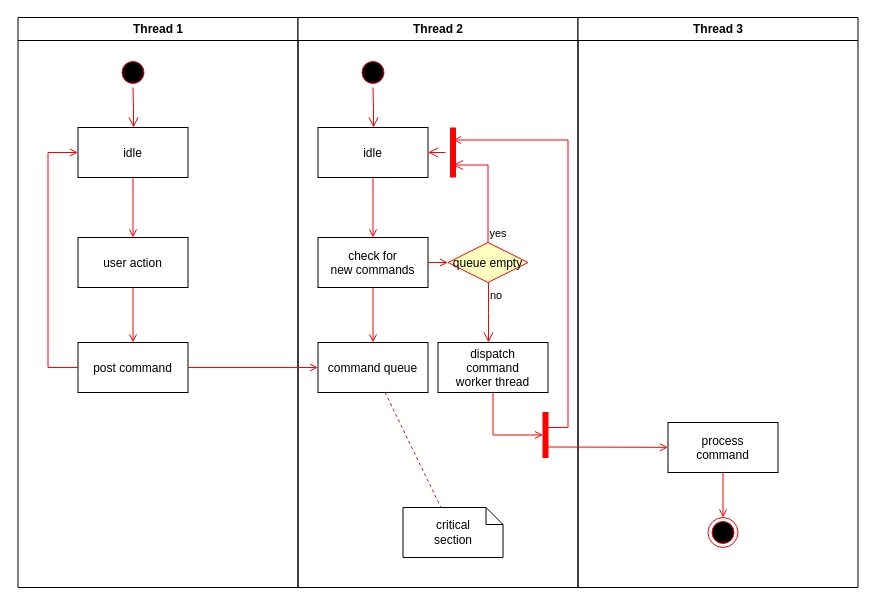
Above: src/Untitled Diagram.drawio in wardalbam/Iprwc-webshop-frontend (draw.io), before the change. Source tidied: cells renumbered, new cells numbered last; positions are measured from the earlier drawing's top-left corner, leaving out a move shared by most shapes. Both pictures are drawn from the tidied source at 100%, with x=0, y=0 at pixel (17, 17).
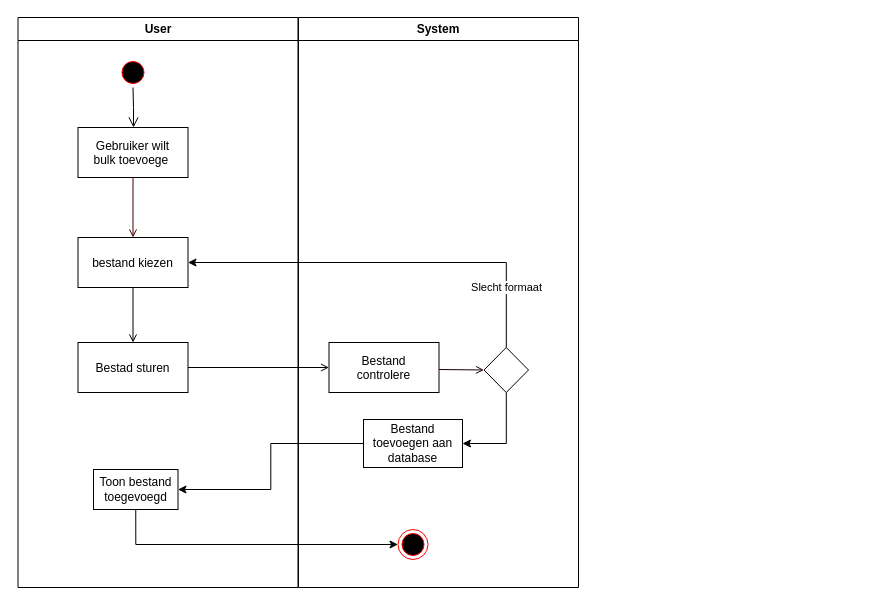
The same diagram, later.

The change refers to these unchanged cells:
```xml
<mxCell id="3" style="ellipse;shape=startState;fillColor=#000000;strokeColor=#ff0000;" parent="2" vertex="1">
  <mxGeometry x="100" y="40" width="30" height="30" as="geometry" />
</mxCell>
```

The edit, as a diff of the source:
```diff
@@
-    <mxCell id="2" value="Thread 1" style="swimlane;whiteSpace=wrap;" parent="1" vertex="1">
+    <mxCell id="2" value="User" style="swimlane;whiteSpace=wrap;" parent="1" vertex="1">
       <mxGeometry x="0.5" width="280" height="570" as="geometry" />
     </mxCell>
@@
-    <mxCell id="4" style="edgeStyle=elbowEdgeStyle;elbow=horizontal;verticalAlign=bottom;endArrow=open;endSize=8;strokeColor=#FF0000;endFill=1;rounded=0;" parent="2" edge="1" source="3" target="5">
+    <mxCell id="4" style="edgeStyle=elbowEdgeStyle;elbow=horizontal;verticalAlign=bottom;endArrow=open;endSize=8;strokeColor=#000000;endFill=1;rounded=0;" parent="2" edge="1" source="3" target="5">
       <mxGeometry x="100" y="40" as="geometry" />
     </mxCell>
-    <mxCell id="5" value="idle" parent="2" vertex="1">
+    <mxCell id="5" value="Gebruiker wilt &#10;bulk toevoege " parent="2" vertex="1">
       <mxGeometry x="60" y="110" width="110" height="50" as="geometry" />
     </mxCell>
-    <mxCell id="6" value="user action" parent="2" vertex="1">
+    <mxCell id="6" value="bestand kiezen" parent="2" vertex="1">
       <mxGeometry x="60" y="220" width="110" height="50" as="geometry" />
     </mxCell>
-    <mxCell id="7" style="endArrow=open;strokeColor=#FF0000;endFill=1;rounded=0;" parent="2" edge="1" source="5" target="6">
+    <mxCell id="7" style="endArrow=open;strokeColor=#400000;endFill=1;rounded=0;" parent="2" edge="1" source="5" target="6">
       <mxGeometry relative="1" as="geometry" />
     </mxCell>
-    <mxCell id="8" value="post command" parent="2" vertex="1">
+    <mxCell id="8" value="Bestad sturen" parent="2" vertex="1">
       <mxGeometry x="60" y="325" width="110" height="50" as="geometry" />
     </mxCell>
-    <mxCell id="9" style="endArrow=open;strokeColor=#FF0000;endFill=1;rounded=0;" parent="2" edge="1" source="6" target="8">
+    <mxCell id="9" style="endArrow=open;strokeColor=#000000;endFill=1;rounded=0;" parent="2" edge="1" source="6" target="8">
       <mxGeometry relative="1" as="geometry" />
     </mxCell>
-    <mxCell id="10" style="edgeStyle=elbowEdgeStyle;elbow=horizontal;strokeColor=#FF0000;endArrow=open;endFill=1;rounded=0;" parent="2" edge="1" source="8" target="5">
-      <mxGeometry relative="1" as="geometry">
-        <Array as="points">
-          <mxPoint x="30" y="250" />
-        </Array>
-      </mxGeometry>
-    </mxCell>
+    <mxCell id="37" value="Toon bestand toegevoegd" style="rounded=0;whiteSpace=wrap;html=1;" parent="2" vertex="1">
+      <mxGeometry x="75.5" y="452" width="84.5" height="40" as="geometry" />
+    </mxCell>
-    <mxCell id="11" value="Thread 2" style="swimlane;whiteSpace=wrap;" parent="1" vertex="1">
-      <mxGeometry x="280.5" width="280" height="570" as="geometry" />
+    <mxCell id="11" value="System" style="swimlane;whiteSpace=wrap;" parent="1" vertex="1">
+      <mxGeometry x="281" width="280" height="570" as="geometry" />
     </mxCell>
-    <mxCell id="12" style="ellipse;shape=startState;fillColor=#000000;strokeColor=#ff0000;" parent="11" vertex="1">
-      <mxGeometry x="60" y="40" width="30" height="30" as="geometry" />
-    </mxCell>
-    <mxCell id="13" style="edgeStyle=elbowEdgeStyle;elbow=horizontal;verticalAlign=bottom;endArrow=open;endSize=8;strokeColor=#FF0000;endFill=1;rounded=0;" parent="11" edge="1" source="12" target="14">
-      <mxGeometry x="40" y="20" as="geometry" />
-    </mxCell>
-    <mxCell id="14" value="idle" parent="11" vertex="1">
-      <mxGeometry x="20" y="110" width="110" height="50" as="geometry" />
-    </mxCell>
-    <mxCell id="15" value="check for &#10;new commands" parent="11" vertex="1">
-      <mxGeometry x="20" y="220" width="110" height="50" as="geometry" />
-    </mxCell>
-    <mxCell id="16" style="endArrow=open;strokeColor=#FF0000;endFill=1;rounded=0;" parent="11" edge="1" source="14" target="15">
-      <mxGeometry relative="1" as="geometry" />
-    </mxCell>
-    <mxCell id="17" value="command queue" parent="11" vertex="1">
-      <mxGeometry x="20" y="325" width="110" height="50" as="geometry" />
+    <mxCell id="17" value="Bestand &#10;controlere" parent="11" vertex="1">
+      <mxGeometry x="30.5" y="325" width="110" height="50" as="geometry" />
     </mxCell>
-    <mxCell id="18" style="endArrow=open;strokeColor=#FF0000;endFill=1;rounded=0;" parent="11" edge="1" source="15" target="17">
-      <mxGeometry relative="1" as="geometry" />
-    </mxCell>
-    <mxCell id="19" value="queue empty" style="rhombus;fillColor=#ffffc0;strokeColor=#ff0000;" parent="11" vertex="1">
-      <mxGeometry x="150" y="225" width="80" height="40" as="geometry" />
-    </mxCell>
-    <mxCell id="20" value="yes" style="edgeStyle=elbowEdgeStyle;elbow=horizontal;align=left;verticalAlign=bottom;endArrow=open;endSize=8;strokeColor=#FF0000;exitX=0.5;exitY=0;endFill=1;rounded=0;entryX=0.75;entryY=0.5;entryPerimeter=0;" parent="11" edge="1" source="19" target="23">
-      <mxGeometry x="-1" relative="1" as="geometry">
-        <Array as="points">
-          <mxPoint x="190" y="180" />
-        </Array>
-      </mxGeometry>
-    </mxCell>
-    <mxCell id="21" value="no" style="edgeStyle=elbowEdgeStyle;elbow=horizontal;align=left;verticalAlign=top;endArrow=open;endSize=8;strokeColor=#FF0000;endFill=1;rounded=0;" parent="11" edge="1" source="19" target="25">
-      <mxGeometry x="-1" relative="1" as="geometry" />
-    </mxCell>
-    <mxCell id="22" style="endArrow=open;strokeColor=#FF0000;endFill=1;rounded=0;" parent="11" edge="1" source="15" target="19">
-      <mxGeometry relative="1" as="geometry" />
-    </mxCell>
-    <mxCell id="23" style="shape=line;strokeWidth=6;strokeColor=#ff0000;rotation=90;" parent="11" vertex="1">
-      <mxGeometry x="130" y="127.5" width="50" height="15" as="geometry" />
-    </mxCell>
-    <mxCell id="24" style="edgeStyle=elbowEdgeStyle;elbow=horizontal;verticalAlign=bottom;endArrow=open;endSize=8;strokeColor=#FF0000;endFill=1;rounded=0;" parent="11" edge="1" source="23" target="14">
-      <mxGeometry x="130" y="90" as="geometry" />
-    </mxCell>
-    <mxCell id="25" value="dispatch&#10;command&#10;worker thread" parent="11" vertex="1">
-      <mxGeometry x="140" y="325" width="110" height="50" as="geometry" />
-    </mxCell>
-    <mxCell id="26" value="critical&#10;section" style="shape=note;whiteSpace=wrap;size=17;" parent="11" vertex="1">
-      <mxGeometry x="105" y="490" width="100" height="50" as="geometry" />
-    </mxCell>
-    <mxCell id="27" style="endArrow=none;strokeColor=#FF0000;endFill=0;rounded=0;dashed=1;" parent="11" edge="1" source="17" target="26">
-      <mxGeometry relative="1" as="geometry" />
-    </mxCell>
-    <mxCell id="28" style="whiteSpace=wrap;strokeColor=#FF0000;fillColor=#FF0000;" parent="11" vertex="1">
-      <mxGeometry x="245" y="395" width="5" height="45" as="geometry" />
-    </mxCell>
-    <mxCell id="29" style="edgeStyle=elbowEdgeStyle;elbow=horizontal;entryX=0;entryY=0.5;strokeColor=#FF0000;endArrow=open;endFill=1;rounded=0;" parent="11" edge="1" source="25" target="28">
-      <mxGeometry relative="1" as="geometry">
-        <Array as="points">
-          <mxPoint x="195" y="400" />
-        </Array>
-      </mxGeometry>
-    </mxCell>
-    <mxCell id="30" value="Thread 3" style="swimlane;whiteSpace=wrap;" parent="1" vertex="1">
-      <mxGeometry x="560.5" width="280" height="570" as="geometry" />
-    </mxCell>
-    <mxCell id="31" value="process&#10;command" parent="30" vertex="1">
-      <mxGeometry x="90" y="405" width="110" height="50" as="geometry" />
-    </mxCell>
-    <mxCell id="32" style="edgeStyle=elbowEdgeStyle;elbow=horizontal;strokeColor=#FF0000;endArrow=open;endFill=1;rounded=0;entryX=0.25;entryY=0.5;entryPerimeter=0;" parent="30" edge="1" target="23">
-      <mxGeometry relative="1" as="geometry">
-        <mxPoint x="-30" y="410" as="sourcePoint" />
-        <Array as="points">
-          <mxPoint x="-10" y="135" />
-        </Array>
-      </mxGeometry>
-    </mxCell>
-    <mxCell id="33" style="edgeStyle=none;strokeColor=#FF0000;endArrow=open;endFill=1;rounded=0;" parent="30" edge="1" target="31">
-      <mxGeometry relative="1" as="geometry">
-        <mxPoint x="-30" y="429.5" as="sourcePoint" />
-      </mxGeometry>
-    </mxCell>
-    <mxCell id="34" style="ellipse;shape=endState;fillColor=#000000;strokeColor=#ff0000;" parent="30" vertex="1">
-      <mxGeometry x="130" y="500" width="30" height="30" as="geometry" />
-    </mxCell>
-    <mxCell id="35" style="endArrow=open;strokeColor=#FF0000;endFill=1;rounded=0;" parent="30" edge="1" source="31" target="34">
-      <mxGeometry relative="1" as="geometry" />
-    </mxCell>
+    <mxCell id="38" style="ellipse;html=1;shape=endState;fillColor=#000000;strokeColor=#ff0000;" parent="11" vertex="1">
+      <mxGeometry x="99.5" y="512" width="30" height="30" as="geometry" />
+    </mxCell>
+    <mxCell id="39" style="endArrow=open;strokeColor=#1C0000;endFill=1;rounded=0;entryX=0;entryY=0.5;entryDx=0;entryDy=0;" parent="11" edge="1" target="40">
+      <mxGeometry relative="1" as="geometry">
+        <mxPoint x="140.5" y="352" as="sourcePoint" />
+      </mxGeometry>
+    </mxCell>
+    <mxCell id="40" style="rhombus;whiteSpace=wrap;html=1;" parent="11" vertex="1">
+      <mxGeometry x="185.5" y="330" width="44.5" height="45" as="geometry" />
+    </mxCell>
+    <mxCell id="41" value="Bestand toevoegen aan database" style="rounded=0;whiteSpace=wrap;html=1;" parent="11" vertex="1">
+      <mxGeometry x="65" y="402" width="99" height="48" as="geometry" />
+    </mxCell>
+    <mxCell id="42" style="edgeStyle=orthogonalEdgeStyle;rounded=0;jettySize=auto;html=1;entryX=1;entryY=0.5;entryDx=0;entryDy=0;" parent="11" edge="1" source="40" target="41">
+      <mxGeometry relative="1" as="geometry">
+        <Array as="points">
+          <mxPoint x="208" y="426" />
+        </Array>
+      </mxGeometry>
+    </mxCell>
-    <mxCell id="36" style="endArrow=open;strokeColor=#FF0000;endFill=1;rounded=0;" parent="1" edge="1" source="8" target="17">
+    <mxCell id="36" style="endArrow=open;strokeColor=#000000;endFill=1;rounded=0;" parent="1" edge="1" source="8" target="17">
       <mxGeometry relative="1" as="geometry" />
     </mxCell>
+    <mxCell id="43" style="edgeStyle=orthogonalEdgeStyle;rounded=0;jettySize=auto;html=1;entryX=1;entryY=0.5;entryDx=0;entryDy=0;" parent="1" edge="1" source="40" target="6">
+      <mxGeometry relative="1" as="geometry">
+        <Array as="points">
+          <mxPoint x="489" y="245" />
+        </Array>
+      </mxGeometry>
+    </mxCell>
+    <mxCell id="44" value="Slecht formaat" style="edgeLabel;html=1;align=center;verticalAlign=middle;" parent="43" vertex="1">
+      <mxGeometry x="-0.7" relative="1" as="geometry" />
+    </mxCell>
+    <mxCell id="45" style="edgeStyle=orthogonalEdgeStyle;rounded=0;jettySize=auto;html=1;entryX=1;entryY=0.5;entryDx=0;entryDy=0;" parent="1" edge="1" source="41" target="37">
+      <mxGeometry relative="1" as="geometry" />
+    </mxCell>
+    <mxCell id="46" style="edgeStyle=orthogonalEdgeStyle;rounded=0;jettySize=auto;html=1;entryX=0;entryY=0.5;entryDx=0;entryDy=0;exitX=0.5;exitY=1;exitDx=0;exitDy=0;" parent="1" edge="1" source="37" target="38">
+      <mxGeometry relative="1" as="geometry" />
+    </mxCell>
```
